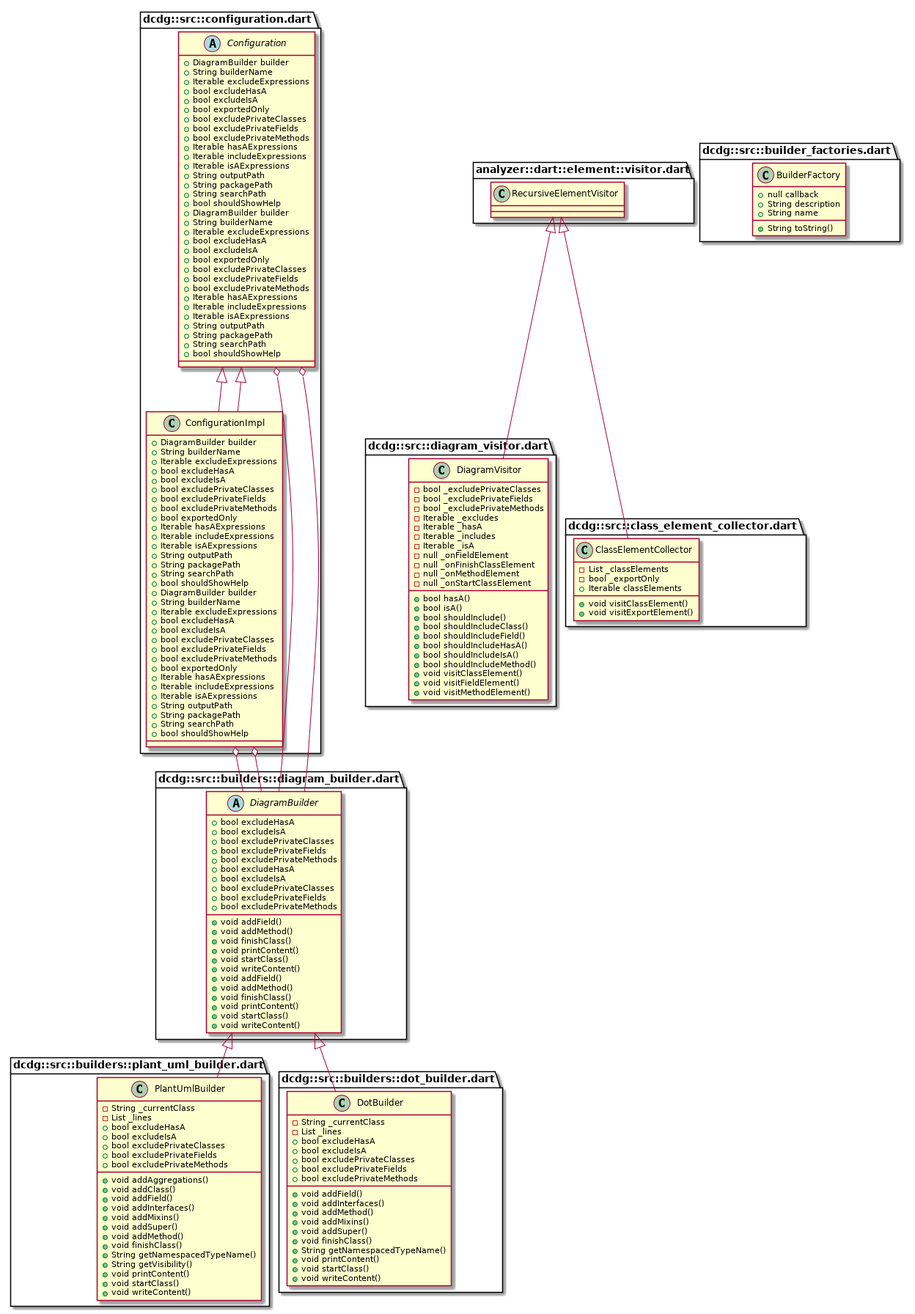
The PlantUML diagram example/dcdg.png in glesica/dcdg.dart, before a commit.
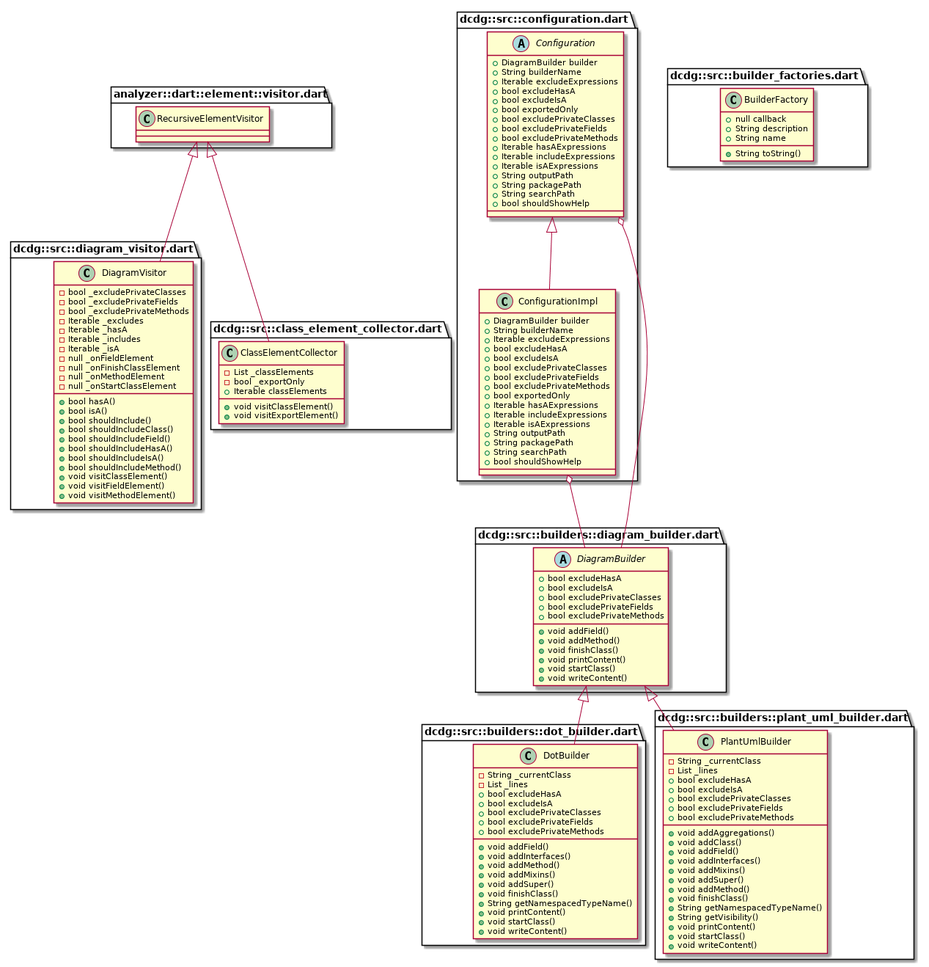
Above is the later version.

The edit, as a diff of the source:
```diff
@@ -1,49 +1,81 @@
 @startuml
 set namespaceSeparator ::
 
-abstract class dcdg::src::configuration.dart::Configuration {
-  +DiagramBuilder builder
-  +String builderName
-  +Iterable excludeExpressions
-  +bool excludeHasA
-  +bool excludeIsA
-  +bool exportedOnly
-  +bool excludePrivateClasses
-  +bool excludePrivateFields
-  +bool excludePrivateMethods
-  +Iterable hasAExpressions
-  +Iterable includeExpressions
-  +Iterable isAExpressions
-  +String outputPath
-  +String packagePath
-  +String searchPath
-  +bool shouldShowHelp
+class dcdg::src::diagram_visitor.dart::DiagramVisitor {
+  -bool _excludePrivateClasses
+  -bool _excludePrivateFields
+  -bool _excludePrivateMethods
+  -Iterable _excludes
+  -Iterable _hasA
+  -Iterable _includes
+  -Iterable _isA
+  -null _onFieldElement
+  -null _onFinishClassElement
+  -null _onMethodElement
+  -null _onStartClassElement
+  +bool hasA()
+  +bool isA()
+  +bool shouldInclude()
+  +bool shouldIncludeClass()
+  +bool shouldIncludeField()
+  +bool shouldIncludeHasA()
+  +bool shouldIncludeIsA()
+  +bool shouldIncludeMethod()
+  +void visitClassElement()
+  +void visitFieldElement()
+  +void visitMethodElement()
 }
 
-dcdg::src::configuration.dart::Configuration o-- dcdg::src::builders::diagram_builder.dart::DiagramBuilder
+analyzer::dart::element::visitor.dart::RecursiveElementVisitor <|-- dcdg::src::diagram_visitor.dart::DiagramVisitor
 
 
-class dcdg::src::configuration.dart::ConfigurationImpl {
-  +DiagramBuilder builder
-  +String builderName
-  +Iterable excludeExpressions
+class dcdg::src::builders::dot_builder.dart::DotBuilder {
+  -String _currentClass
+  -List _lines
   +bool excludeHasA
   +bool excludeIsA
   +bool excludePrivateClasses
   +bool excludePrivateFields
   +bool excludePrivateMethods
-  +bool exportedOnly
-  +Iterable hasAExpressions
-  +Iterable includeExpressions
-  +Iterable isAExpressions
-  +String outputPath
-  +String packagePath
-  +String searchPath
-  +bool shouldShowHelp
+  +void addField()
+  +void addInterfaces()
+  +void addMethod()
+  +void addMixins()
+  +void addSuper()
+  +void finishClass()
+  +String getNamespacedTypeName()
+  +void printContent()
+  +void startClass()
+  +void writeContent()
 }
 
-dcdg::src::configuration.dart::Configuration <|-- dcdg::src::configuration.dart::ConfigurationImpl
-dcdg::src::configuration.dart::ConfigurationImpl o-- dcdg::src::builders::diagram_builder.dart::DiagramBuilder
+dcdg::src::builders::diagram_builder.dart::DiagramBuilder <|-- dcdg::src::builders::dot_builder.dart::DotBuilder
+
+
+class dcdg::src::builders::plant_uml_builder.dart::PlantUmlBuilder {
+  -String _currentClass
+  -List _lines
+  +bool excludeHasA
+  +bool excludeIsA
+  +bool excludePrivateClasses
+  +bool excludePrivateFields
+  +bool excludePrivateMethods
+  +void addAggregations()
+  +void addClass()
+  +void addField()
+  +void addInterfaces()
+  +void addMixins()
+  +void addSuper()
+  +void addMethod()
+  +void finishClass()
+  +String getNamespacedTypeName()
+  +String getVisibility()
+  +void printContent()
+  +void startClass()
+  +void writeContent()
+}
+
+dcdg::src::builders::diagram_builder.dart::DiagramBuilder <|-- dcdg::src::builders::plant_uml_builder.dart::PlantUmlBuilder
 
 
 abstract class dcdg::src::builders::diagram_builder.dart::DiagramBuilder {
@@ -107,99 +139,6 @@
 dcdg::src::configuration.dart::ConfigurationImpl o-- dcdg::src::builders::diagram_builder.dart::DiagramBuilder
 
 
-class dcdg::src::diagram_visitor.dart::DiagramVisitor {
-  -bool _excludePrivateClasses
-  -bool _excludePrivateFields
-  -bool _excludePrivateMethods
-  -Iterable _excludes
-  -Iterable _hasA
-  -Iterable _includes
-  -Iterable _isA
-  -null _onFieldElement
-  -null _onFinishClassElement
-  -null _onMethodElement
-  -null _onStartClassElement
-  +bool hasA()
-  +bool isA()
-  +bool shouldInclude()
-  +bool shouldIncludeClass()
-  +bool shouldIncludeField()
-  +bool shouldIncludeHasA()
-  +bool shouldIncludeIsA()
-  +bool shouldIncludeMethod()
-  +void visitClassElement()
-  +void visitFieldElement()
-  +void visitMethodElement()
-}
-
-analyzer::dart::element::visitor.dart::RecursiveElementVisitor <|-- dcdg::src::diagram_visitor.dart::DiagramVisitor
-
-
-class dcdg::src::builders::plant_uml_builder.dart::PlantUmlBuilder {
-  -String _currentClass
-  -List _lines
-  +bool excludeHasA
-  +bool excludeIsA
-  +bool excludePrivateClasses
-  +bool excludePrivateFields
-  +bool excludePrivateMethods
-  +void addAggregations()
-  +void addClass()
-  +void addField()
-  +void addInterfaces()
-  +void addMixins()
-  +void addSuper()
-  +void addMethod()
-  +void finishClass()
-  +String getNamespacedTypeName()
-  +String getVisibility()
-  +void printContent()
-  +void startClass()
-  +void writeContent()
-}
-
-dcdg::src::builders::diagram_builder.dart::DiagramBuilder <|-- dcdg::src::builders::plant_uml_builder.dart::PlantUmlBuilder
-
-
-class dcdg::src::builders::dot_builder.dart::DotBuilder {
-  -String _currentClass
-  -List _lines
-  +bool excludeHasA
-  +bool excludeIsA
-  +bool excludePrivateClasses
-  +bool excludePrivateFields
-  +bool excludePrivateMethods
-  +void addField()
-  +void addInterfaces()
-  +void addMethod()
-  +void addMixins()
-  +void addSuper()
-  +void finishClass()
-  +String getNamespacedTypeName()
-  +void printContent()
-  +void startClass()
-  +void writeContent()
-}
-
-dcdg::src::builders::diagram_builder.dart::DiagramBuilder <|-- dcdg::src::builders::dot_builder.dart::DotBuilder
-
-
-abstract class dcdg::src::builders::diagram_builder.dart::DiagramBuilder {
-  +bool excludeHasA
-  +bool excludeIsA
-  +bool excludePrivateClasses
-  +bool excludePrivateFields
-  +bool excludePrivateMethods
-  +void addField()
-  +void addMethod()
-  +void finishClass()
-  +void printContent()
-  +void startClass()
-  +void writeContent()
-}
-
-
-
 class dcdg::src::builder_factories.dart::BuilderFactory {
   +null callback
   +String description
```
